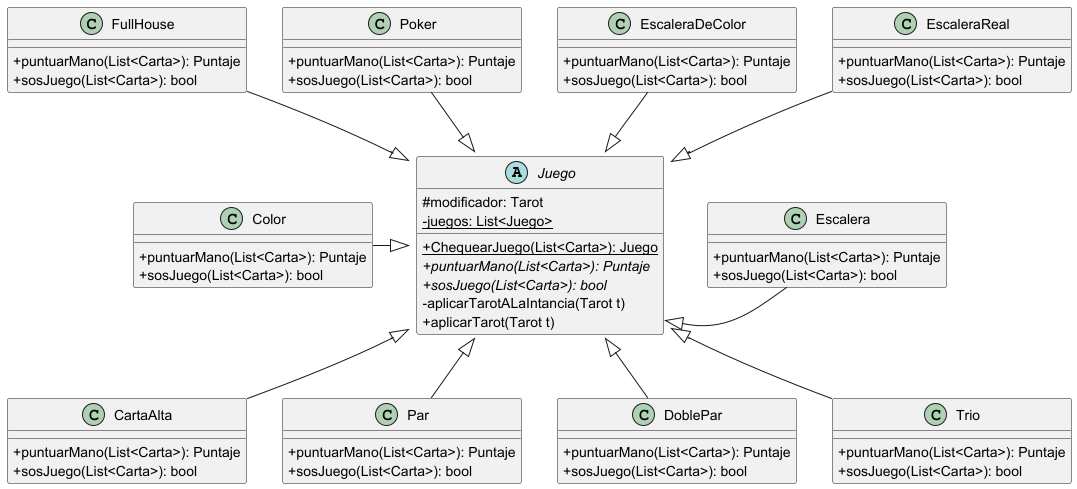
Before: diagrams/classes/Juego.png, a diagram exported from PlantUML (facukresta/g06-tp2-2c-2024).
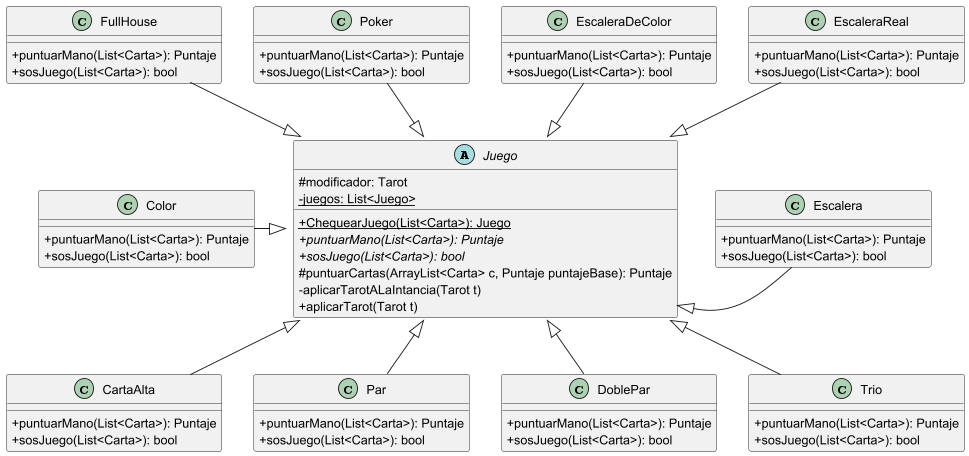
Later version of the same file.

What changed in the source:
```diff
@@ -7,6 +7,7 @@
 +{static}ChequearJuego(List<Carta>): Juego
 +{abstract}puntuarMano(List<Carta>): Puntaje
 +{abstract}sosJuego(List<Carta>): bool
+#puntuarCartas(ArrayList<Carta> c, Puntaje puntajeBase): Puntaje
 -aplicarTarotALaIntancia(Tarot t)
 +aplicarTarot(Tarot t)
 }
```
